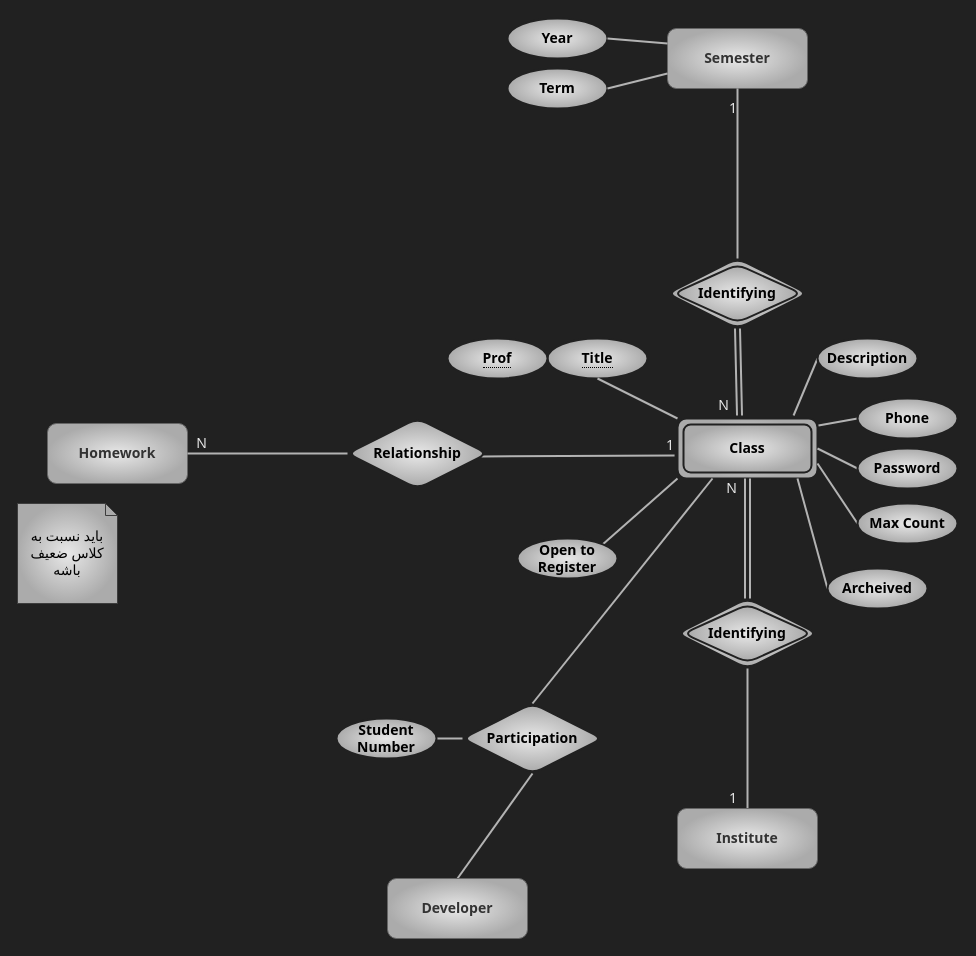
This is page "education" (5 of 5) of er.drawio from kntu-db/quera-db, a draw.io file, before an edit. Source tidied: cells renumbered, new cells numbered last; positions are measured from the earlier drawing's top-left corner, leaving out a move shared by most shapes. Both pictures are drawn from the tidied source at 100%, with x=0, y=0 at pixel (17, 18).
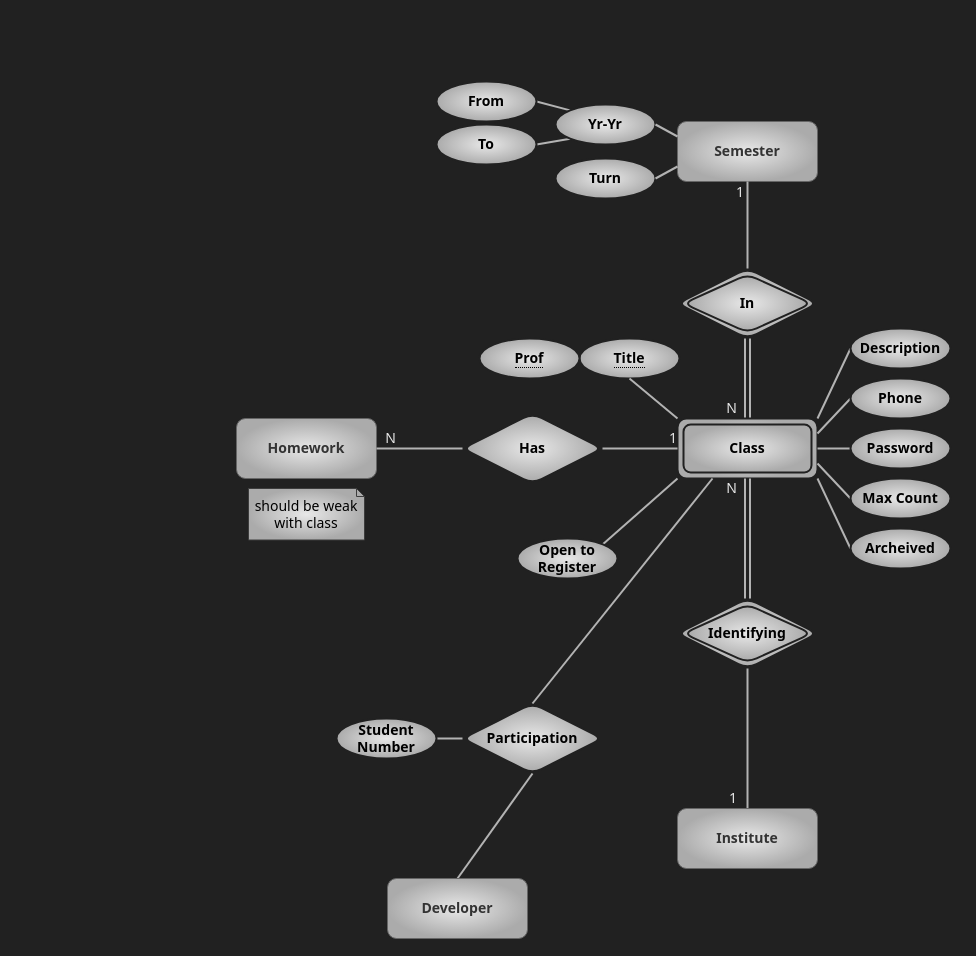
After the change.

Unchanged cells that the change refers to:
```xml
<mxCell id="7" style="endArrow=none;html=1;rounded=0;shadow=0;sketch=0;fontFamily=Tahoma;fontSize=14;fontColor=#E8E8E8;strokeWidth=2;fillColor=none;strokeColor=#B3B3B3;entryX=0.5;entryY=1;entryDx=0;entryDy=0;exitX=0.5;exitY=0;exitDx=0;exitDy=0;" parent="1" edge="1" source="9" target="2">
  <mxGeometry relative="1" as="geometry" />
</mxCell>
<mxCell id="12" value="Class" style="shape=ext;margin=3;double=1;whiteSpace=wrap;html=1;align=center;rounded=1;labelBackgroundColor=none;fontFamily=Tahoma;fontSize=14;fontColor=#000000;fillColor=#E8E8E8;gradientColor=#ABABAB;gradientDirection=radial;fontStyle=1;strokeColor=#212121;strokeWidth=2;glass=0;" parent="1" vertex="1">
  <mxGeometry x="660" y="400" width="140" height="60" as="geometry" />
</mxCell>
```

The edit, as a diff of the source:
```diff
@@
     <mxCell id="2" value="Semester" style="whiteSpace=wrap;html=1;align=center;fontFamily=Tahoma;rounded=1;fillColor=#E8E8E8;strokeColor=#666666;fontColor=#333333;gradientColor=#ABABAB;gradientDirection=radial;fontSize=14;labelBackgroundColor=none;fontStyle=1;" parent="1" vertex="1">
-      <mxGeometry x="650" y="10" width="140" height="60" as="geometry" />
+      <mxGeometry x="660" y="103" width="140" height="60" as="geometry" />
     </mxCell>
+    <mxCell id="47" style="edgeStyle=none;html=1;exitX=0;exitY=0;exitDx=0;exitDy=0;entryX=1;entryY=0.5;entryDx=0;entryDy=0;strokeWidth=2;endArrow=none;endFill=0;strokeColor=#B3B3B3;" parent="1" edge="1" source="3" target="49">
+      <mxGeometry relative="1" as="geometry" />
+    </mxCell>
+    <mxCell id="48" style="edgeStyle=none;html=1;exitX=0;exitY=1;exitDx=0;exitDy=0;entryX=1;entryY=0.5;entryDx=0;entryDy=0;endArrow=none;endFill=0;strokeColor=#B3B3B3;strokeWidth=2;" parent="1" edge="1" source="3" target="50">
+      <mxGeometry relative="1" as="geometry" />
+    </mxCell>
-    <mxCell id="3" value="Year" style="ellipse;whiteSpace=wrap;html=1;align=center;rounded=1;labelBackgroundColor=none;fontFamily=Tahoma;fontSize=14;fontColor=#000000;strokeColor=#212121;strokeWidth=2;fillColor=#E8E8E8;gradientColor=#ABABAB;gradientDirection=radial;fontStyle=1;" parent="1" vertex="1">
-      <mxGeometry x="490" width="100" height="40" as="geometry" />
+    <mxCell id="3" value="Yr-Yr" style="ellipse;whiteSpace=wrap;html=1;align=center;rounded=1;labelBackgroundColor=none;fontFamily=Tahoma;fontSize=14;fontColor=#000000;strokeColor=#212121;strokeWidth=2;fillColor=#E8E8E8;gradientColor=#ABABAB;gradientDirection=radial;fontStyle=1;" parent="1" vertex="1">
+      <mxGeometry x="538" y="86" width="100" height="40" as="geometry" />
     </mxCell>
-    <mxCell id="4" value="Term" style="ellipse;whiteSpace=wrap;html=1;align=center;rounded=1;labelBackgroundColor=none;fontFamily=Tahoma;fontSize=14;fontColor=#000000;strokeColor=#212121;strokeWidth=2;fillColor=#E8E8E8;gradientColor=#ABABAB;gradientDirection=radial;fontStyle=1;" parent="1" vertex="1">
-      <mxGeometry x="490" y="50" width="100" height="40" as="geometry" />
+    <mxCell id="4" value="Turn" style="ellipse;whiteSpace=wrap;html=1;align=center;rounded=1;labelBackgroundColor=none;fontFamily=Tahoma;fontSize=14;fontColor=#000000;strokeColor=#212121;strokeWidth=2;fillColor=#E8E8E8;gradientColor=#ABABAB;gradientDirection=radial;fontStyle=1;" parent="1" vertex="1">
+      <mxGeometry x="538" y="140" width="100" height="40" as="geometry" />
     </mxCell>
@@
     <mxCell id="8" value="1" style="html=1;align=right;verticalAlign=bottom;rounded=1;shadow=0;glass=0;labelBackgroundColor=none;labelBorderColor=none;fontFamily=Tahoma;fontSize=14;fontColor=#E8E8E8;strokeColor=#3D3D3D;strokeWidth=1;fillColor=#E8E8E8;gradientColor=#ABABAB;gradientDirection=radial;" parent="7" vertex="1">
       <mxGeometry x="1" relative="1" as="geometry">
-        <mxPoint y="30" as="offset" />
+        <mxPoint x="-3" y="21" as="offset" />
       </mxGeometry>
     </mxCell>
-    <mxCell id="9" value="Identifying" style="shape=rhombus;double=1;perimeter=rhombusPerimeter;whiteSpace=wrap;html=1;align=center;rounded=1;labelBackgroundColor=none;fontFamily=Tahoma;fontSize=14;fontColor=#000000;strokeColor=#212121;strokeWidth=2;fillColor=#E8E8E8;gradientColor=#ABABAB;gradientDirection=radial;fontStyle=1;" parent="1" vertex="1">
-      <mxGeometry x="650" y="240" width="140" height="70" as="geometry" />
+    <mxCell id="9" value="In" style="shape=rhombus;double=1;perimeter=rhombusPerimeter;whiteSpace=wrap;html=1;align=center;rounded=1;labelBackgroundColor=none;fontFamily=Tahoma;fontSize=14;fontColor=#000000;strokeColor=#212121;strokeWidth=2;fillColor=#E8E8E8;gradientColor=#ABABAB;gradientDirection=radial;fontStyle=1;" parent="1" vertex="1">
+      <mxGeometry x="660" y="250" width="140" height="70" as="geometry" />
     </mxCell>
-    <mxCell id="10" style="shape=link;html=1;rounded=0;shadow=0;sketch=0;fontFamily=Tahoma;fontSize=14;fontColor=#E8E8E8;strokeWidth=2;fillColor=none;strokeColor=#B3B3B3;exitX=0.5;exitY=1;exitDx=0;exitDy=0;entryX=0.443;entryY=-0.05;entryDx=0;entryDy=0;entryPerimeter=0;" parent="1" edge="1" source="9" target="12">
+    <mxCell id="10" style="shape=link;html=1;rounded=0;shadow=0;sketch=0;fontFamily=Tahoma;fontSize=14;fontColor=#E8E8E8;strokeWidth=2;fillColor=none;strokeColor=#B3B3B3;exitX=0.5;exitY=1;exitDx=0;exitDy=0;entryX=0.5;entryY=0;entryDx=0;entryDy=0;" parent="1" edge="1" source="9" target="12">
       <mxGeometry relative="1" as="geometry" />
     </mxCell>
@@
-    <mxCell id="13" style="endArrow=none;html=1;rounded=1;fontFamily=Tahoma;fontSize=14;fontColor=#000000;strokeWidth=2;sketch=0;shadow=0;fillColor=none;strokeColor=#B3B3B3;exitX=0.829;exitY=-0.05;exitDx=0;exitDy=0;exitPerimeter=0;entryX=0;entryY=0.5;entryDx=0;entryDy=0;" parent="1" edge="1" source="12" target="18">
+    <mxCell id="13" style="endArrow=none;html=1;rounded=1;fontFamily=Tahoma;fontSize=14;fontColor=#000000;strokeWidth=2;sketch=0;shadow=0;fillColor=none;strokeColor=#B3B3B3;exitX=1;exitY=0;exitDx=0;exitDy=0;entryX=0;entryY=0.5;entryDx=0;entryDy=0;" parent="1" edge="1" source="12" target="18">
       <mxGeometry relative="1" as="geometry" />
     </mxCell>
-    <mxCell id="14" style="endArrow=none;html=1;rounded=1;fontFamily=Tahoma;fontSize=14;fontColor=#000000;strokeWidth=2;sketch=0;shadow=0;fillColor=none;strokeColor=#B3B3B3;exitX=1.007;exitY=0.117;exitDx=0;exitDy=0;exitPerimeter=0;entryX=0;entryY=0.5;entryDx=0;entryDy=0;" parent="1" edge="1" source="12" target="19">
+    <mxCell id="14" style="endArrow=none;html=1;rounded=1;fontFamily=Tahoma;fontSize=14;fontColor=#000000;strokeWidth=2;sketch=0;shadow=0;fillColor=none;strokeColor=#B3B3B3;exitX=1;exitY=0.25;exitDx=0;exitDy=0;entryX=0;entryY=0.5;entryDx=0;entryDy=0;" parent="1" edge="1" source="12" target="19">
       <mxGeometry relative="1" as="geometry" />
     </mxCell>
@@
-    <mxCell id="17" style="endArrow=none;html=1;rounded=1;fontFamily=Tahoma;fontSize=14;fontColor=#000000;strokeWidth=2;sketch=0;shadow=0;fillColor=none;strokeColor=#B3B3B3;exitX=0.857;exitY=1;exitDx=0;exitDy=0;exitPerimeter=0;entryX=0;entryY=0.5;entryDx=0;entryDy=0;" parent="1" edge="1" source="12" target="22">
+    <mxCell id="17" style="endArrow=none;html=1;rounded=1;fontFamily=Tahoma;fontSize=14;fontColor=#000000;strokeWidth=2;sketch=0;shadow=0;fillColor=none;strokeColor=#B3B3B3;exitX=1;exitY=1;exitDx=0;exitDy=0;entryX=0;entryY=0.5;entryDx=0;entryDy=0;" parent="1" edge="1" source="12" target="22">
       <mxGeometry relative="1" as="geometry" />
     </mxCell>
     <mxCell id="18" value="Description" style="ellipse;whiteSpace=wrap;html=1;align=center;rounded=1;labelBackgroundColor=none;fontFamily=Tahoma;fontSize=14;fontColor=#000000;strokeColor=#212121;strokeWidth=2;fillColor=#E8E8E8;gradientColor=#ABABAB;gradientDirection=radial;fontStyle=1;" parent="1" vertex="1">
-      <mxGeometry x="800" y="320" width="100" height="40" as="geometry" />
+      <mxGeometry x="833" y="310" width="100" height="40" as="geometry" />
     </mxCell>
     <mxCell id="19" value="Phone" style="ellipse;whiteSpace=wrap;html=1;align=center;rounded=1;labelBackgroundColor=none;fontFamily=Tahoma;fontSize=14;fontColor=#000000;strokeColor=#212121;strokeWidth=2;fillColor=#E8E8E8;gradientColor=#ABABAB;gradientDirection=radial;fontStyle=1;" parent="1" vertex="1">
-      <mxGeometry x="840" y="380" width="100" height="40" as="geometry" />
+      <mxGeometry x="833" y="360" width="100" height="40" as="geometry" />
     </mxCell>
     <mxCell id="20" value="Password" style="ellipse;whiteSpace=wrap;html=1;align=center;rounded=1;labelBackgroundColor=none;fontFamily=Tahoma;fontSize=14;fontColor=#000000;strokeColor=#212121;strokeWidth=2;fillColor=#E8E8E8;gradientColor=#ABABAB;gradientDirection=radial;fontStyle=1;" parent="1" vertex="1">
-      <mxGeometry x="840" y="430" width="100" height="40" as="geometry" />
+      <mxGeometry x="833" y="410" width="100" height="40" as="geometry" />
     </mxCell>
     <mxCell id="21" value="Max Count" style="ellipse;whiteSpace=wrap;html=1;align=center;rounded=1;labelBackgroundColor=none;fontFamily=Tahoma;fontSize=14;fontColor=#000000;strokeColor=#212121;strokeWidth=2;fillColor=#E8E8E8;gradientColor=#ABABAB;gradientDirection=radial;fontStyle=1;" parent="1" vertex="1">
-      <mxGeometry x="840" y="485" width="100" height="40" as="geometry" />
+      <mxGeometry x="833" y="460" width="100" height="40" as="geometry" />
     </mxCell>
     <mxCell id="22" value="Archeived" style="ellipse;whiteSpace=wrap;html=1;align=center;rounded=1;labelBackgroundColor=none;fontFamily=Tahoma;fontSize=14;fontColor=#000000;strokeColor=#212121;strokeWidth=2;fillColor=#E8E8E8;gradientColor=#ABABAB;gradientDirection=radial;fontStyle=1;" parent="1" vertex="1">
-      <mxGeometry x="810" y="550" width="100" height="40" as="geometry" />
+      <mxGeometry x="833" y="510" width="100" height="40" as="geometry" />
     </mxCell>
@@
-    <mxCell id="37" style="endArrow=none;html=1;rounded=0;shadow=0;sketch=0;fontFamily=Tahoma;fontSize=14;fontColor=#E8E8E8;strokeWidth=2;fillColor=none;strokeColor=#B3B3B3;entryX=-0.021;entryY=0.617;entryDx=0;entryDy=0;entryPerimeter=0;exitX=0.957;exitY=0.543;exitDx=0;exitDy=0;exitPerimeter=0;" parent="1" edge="1" source="39" target="12">
+    <mxCell id="37" style="endArrow=none;html=1;rounded=0;shadow=0;sketch=0;fontFamily=Tahoma;fontSize=14;fontColor=#E8E8E8;strokeWidth=2;fillColor=none;strokeColor=#B3B3B3;entryX=0;entryY=0.5;entryDx=0;entryDy=0;exitX=1;exitY=0.5;exitDx=0;exitDy=0;" parent="1" edge="1" source="39" target="12">
       <mxGeometry relative="1" as="geometry" />
     </mxCell>
@@
-    <mxCell id="39" value="Relationship" style="shape=rhombus;perimeter=rhombusPerimeter;whiteSpace=wrap;html=1;align=center;rounded=1;labelBackgroundColor=none;fontFamily=Tahoma;fontSize=14;fontColor=#000000;strokeColor=#212121;strokeWidth=2;fillColor=#E8E8E8;gradientColor=#ABABAB;gradientDirection=radial;fontStyle=1;" parent="1" vertex="1">
-      <mxGeometry x="330" y="400" width="140" height="70" as="geometry" />
+    <mxCell id="39" value="Has" style="shape=rhombus;perimeter=rhombusPerimeter;whiteSpace=wrap;html=1;align=center;rounded=1;labelBackgroundColor=none;fontFamily=Tahoma;fontSize=14;fontColor=#000000;strokeColor=#212121;strokeWidth=2;fillColor=#E8E8E8;gradientColor=#ABABAB;gradientDirection=radial;fontStyle=1;" parent="1" vertex="1">
+      <mxGeometry x="445" y="395" width="140" height="70" as="geometry" />
     </mxCell>
     <mxCell id="40" value="Homework" style="whiteSpace=wrap;html=1;align=center;fontFamily=Tahoma;rounded=1;fillColor=#E8E8E8;strokeColor=#666666;fontColor=#333333;gradientColor=#ABABAB;gradientDirection=radial;fontSize=14;labelBackgroundColor=none;fontStyle=1;" parent="1" vertex="1">
-      <mxGeometry x="30" y="405" width="140" height="60" as="geometry" />
+      <mxGeometry x="219" y="400" width="140" height="60" as="geometry" />
     </mxCell>
@@
-    <mxCell id="43" value="باید نسبت به کلاس ضعیف باشه" style="shape=note;size=12;whiteSpace=wrap;html=1;rounded=1;shadow=0;glass=0;labelBackgroundColor=none;labelBorderColor=none;fontFamily=Tahoma;fontSize=14;fontColor=#000000;strokeColor=#3D3D3D;strokeWidth=1;fillColor=#E8E8E8;gradientColor=#ABABAB;gradientDirection=radial;" parent="1" vertex="1">
-      <mxGeometry y="485" width="100" height="100" as="geometry" />
+    <mxCell id="43" value="should be weak with class" style="shape=note;size=8;whiteSpace=wrap;html=1;rounded=1;shadow=0;glass=0;labelBackgroundColor=none;labelBorderColor=none;fontFamily=Tahoma;fontSize=14;fontColor=#000000;strokeColor=#3D3D3D;strokeWidth=1;fillColor=#E8E8E8;gradientColor=#ABABAB;gradientDirection=radial;" parent="1" vertex="1">
+      <mxGeometry x="231" y="470" width="116" height="51.5" as="geometry" />
     </mxCell>
     <mxCell id="44" value="&lt;span style=&quot;border-bottom: 1px dotted&quot;&gt;Title&lt;/span&gt;" style="ellipse;whiteSpace=wrap;html=1;align=center;rounded=1;labelBackgroundColor=none;fontFamily=Tahoma;fontSize=14;fontColor=#000000;strokeColor=#212121;strokeWidth=2;fillColor=#E8E8E8;gradientColor=#ABABAB;gradientDirection=radial;fontStyle=1;" parent="1" vertex="1">
-      <mxGeometry x="530" y="320" width="100" height="40" as="geometry" />
+      <mxGeometry x="562" y="320" width="100" height="40" as="geometry" />
     </mxCell>
     <mxCell id="45" value="&lt;span style=&quot;border-bottom: 1px dotted&quot;&gt;Prof&lt;/span&gt;" style="ellipse;whiteSpace=wrap;html=1;align=center;rounded=1;labelBackgroundColor=none;fontFamily=Tahoma;fontSize=14;fontColor=#000000;strokeColor=#212121;strokeWidth=2;fillColor=#E8E8E8;gradientColor=#ABABAB;gradientDirection=radial;fontStyle=1;" parent="1" vertex="1">
-      <mxGeometry x="430" y="320" width="100" height="40" as="geometry" />
+      <mxGeometry x="462" y="320" width="100" height="40" as="geometry" />
     </mxCell>
@@
+    <mxCell id="49" value="From" style="ellipse;whiteSpace=wrap;html=1;align=center;rounded=1;labelBackgroundColor=none;fontFamily=Tahoma;fontSize=14;fontColor=#000000;strokeColor=#212121;strokeWidth=2;fillColor=#E8E8E8;gradientColor=#ABABAB;gradientDirection=radial;fontStyle=1;" parent="1" vertex="1">
+      <mxGeometry x="419" y="63" width="100" height="40" as="geometry" />
+    </mxCell>
+    <mxCell id="50" value="To" style="ellipse;whiteSpace=wrap;html=1;align=center;rounded=1;labelBackgroundColor=none;fontFamily=Tahoma;fontSize=14;fontColor=#000000;strokeColor=#212121;strokeWidth=2;fillColor=#E8E8E8;gradientColor=#ABABAB;gradientDirection=radial;fontStyle=1;" parent="1" vertex="1">
+      <mxGeometry x="419" y="106" width="100" height="40" as="geometry" />
+    </mxCell>
```
